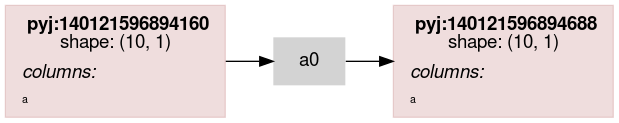
Before: scripts/rdflog/a0.ttl.dot.png, a diagram exported from Graphviz (asmirnov69/pyjviz-poc). Its source is kept beside it as scripts/rdflog/a0.ttl.dot.
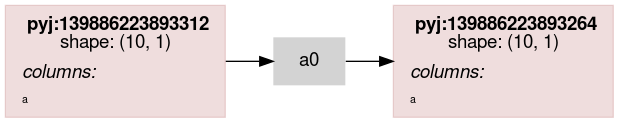
Above is the later version.

Diff of the diagram source:
```diff
@@ -14,7 +14,7 @@
                 color="#88000022"
                 shape = rect
                 label = <<table border="0" cellborder="0" cellspacing="0" cellpadding="4">
-                         <tr> <td> <b>pyj:140121596894160</b><br/>shape: (10, 1)</td> </tr>
+                         <tr> <td> <b>pyj:139886223893312</b><br/>shape: (10, 1)</td> </tr>
                          <tr> <td align="left"><i>columns:</i><br align="left"/></td></tr>
                 <tr><td align="left"><FONT POINT-SIZE="8px">a</FONT></td></tr>
                          </table>>
@@ -23,7 +23,7 @@
                 color="#88000022"
                 shape = rect
                 label = <<table border="0" cellborder="0" cellspacing="0" cellpadding="4">
-                         <tr> <td> <b>pyj:140121596894688</b><br/>shape: (10, 1)</td> </tr>
+                         <tr> <td> <b>pyj:139886223893264</b><br/>shape: (10, 1)</td> </tr>
                          <tr> <td align="left"><i>columns:</i><br align="left"/></td></tr>
                 <tr><td align="left"><FONT POINT-SIZE="8px">a</FONT></td></tr>
                          </table>>
```
